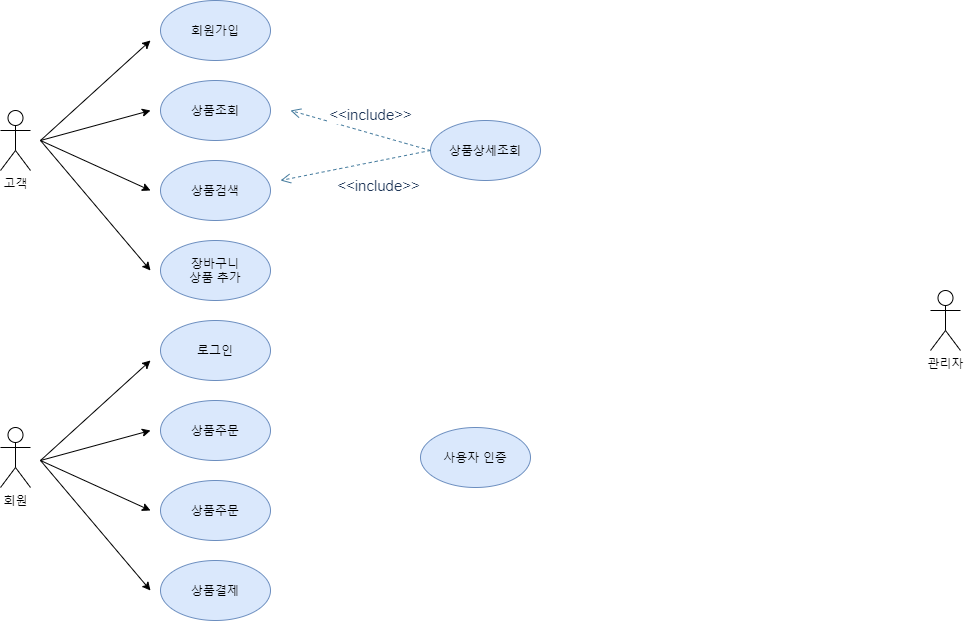
This is Actor Diagram.png from osiris0607/Project, a draw.io export, as it was before one commit. Source tidied: cells renumbered, new cells last; positions are measured from the earlier drawing's top-left corner, leaving out a move shared by most shapes.
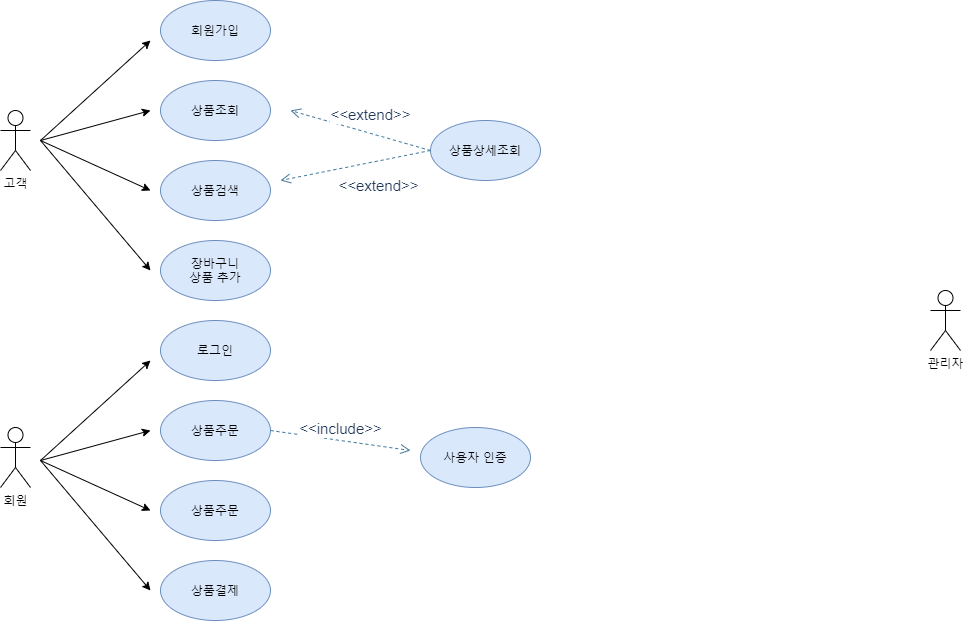
Above is the later version.

Diff of the diagram source:
```diff
@@ -86,12 +86,12 @@
     <mxCell id="21" value="상품상세조회" style="ellipse;whiteSpace=wrap;html=1;fillColor=#dae8fc;strokeColor=#6c8ebf;" parent="1" vertex="1">
       <mxGeometry x="430" y="120" width="110" height="60" as="geometry" />
     </mxCell>
-    <mxCell id="22" value="&lt;font style=&quot;font-size: 15px&quot;&gt;&amp;lt;&amp;lt;include&amp;gt;&amp;gt;&lt;/font&gt;" style="html=1;verticalAlign=bottom;endArrow=open;dashed=1;endSize=8;strokeColor=#457B9D;fillColor=#A8DADC;fontColor=#1D3557;exitX=0;exitY=0.5;exitDx=0;exitDy=0;" parent="1" edge="1" source="21">
+    <mxCell id="22" value="&lt;font style=&quot;font-size: 15px&quot;&gt;&amp;lt;&amp;lt;extend&amp;gt;&amp;gt;&lt;/font&gt;" style="html=1;verticalAlign=bottom;endArrow=open;dashed=1;endSize=8;strokeColor=#457B9D;fillColor=#A8DADC;fontColor=#1D3557;exitX=0;exitY=0.5;exitDx=0;exitDy=0;" parent="1" edge="1" source="21">
       <mxGeometry x="-0.12" y="-7" relative="1" as="geometry">
         <mxPoint x="290" y="110" as="targetPoint" />
       </mxGeometry>
     </mxCell>
-    <mxCell id="23" value="&lt;font style=&quot;font-size: 15px&quot;&gt;&amp;lt;&amp;lt;include&amp;gt;&amp;gt;&lt;/font&gt;" style="html=1;verticalAlign=bottom;endArrow=open;dashed=1;endSize=8;strokeColor=#457B9D;fillColor=#A8DADC;fontColor=#1D3557;" parent="1" edge="1">
+    <mxCell id="23" value="&lt;font style=&quot;font-size: 15px&quot;&gt;&amp;lt;&amp;lt;extend&amp;gt;&amp;gt;&lt;/font&gt;" style="html=1;verticalAlign=bottom;endArrow=open;dashed=1;endSize=8;strokeColor=#457B9D;fillColor=#A8DADC;fontColor=#1D3557;" parent="1" edge="1">
       <mxGeometry x="-0.21" y="35" relative="1" as="geometry">
         <mxPoint x="430" y="150" as="sourcePoint" />
         <mxPoint x="280" y="180" as="targetPoint" />
@@ -101,5 +101,10 @@
     <mxCell id="24" value="사용자 인증" style="ellipse;whiteSpace=wrap;html=1;fillColor=#dae8fc;strokeColor=#6c8ebf;" parent="1" vertex="1">
       <mxGeometry x="420" y="427" width="110" height="60" as="geometry" />
     </mxCell>
+    <mxCell id="25" value="&lt;font style=&quot;font-size: 15px&quot;&gt;&amp;lt;&amp;lt;include&amp;gt;&amp;gt;&lt;/font&gt;" style="html=1;verticalAlign=bottom;endArrow=open;dashed=1;endSize=8;strokeColor=#457B9D;fillColor=#A8DADC;fontColor=#1D3557;exitX=1;exitY=0.5;exitDx=0;exitDy=0;" parent="1" edge="1" source="9">
+      <mxGeometry relative="1" as="geometry">
+        <mxPoint x="410" y="450" as="targetPoint" />
+      </mxGeometry>
+    </mxCell>
   </root>
 </mxGraphModel>
```
